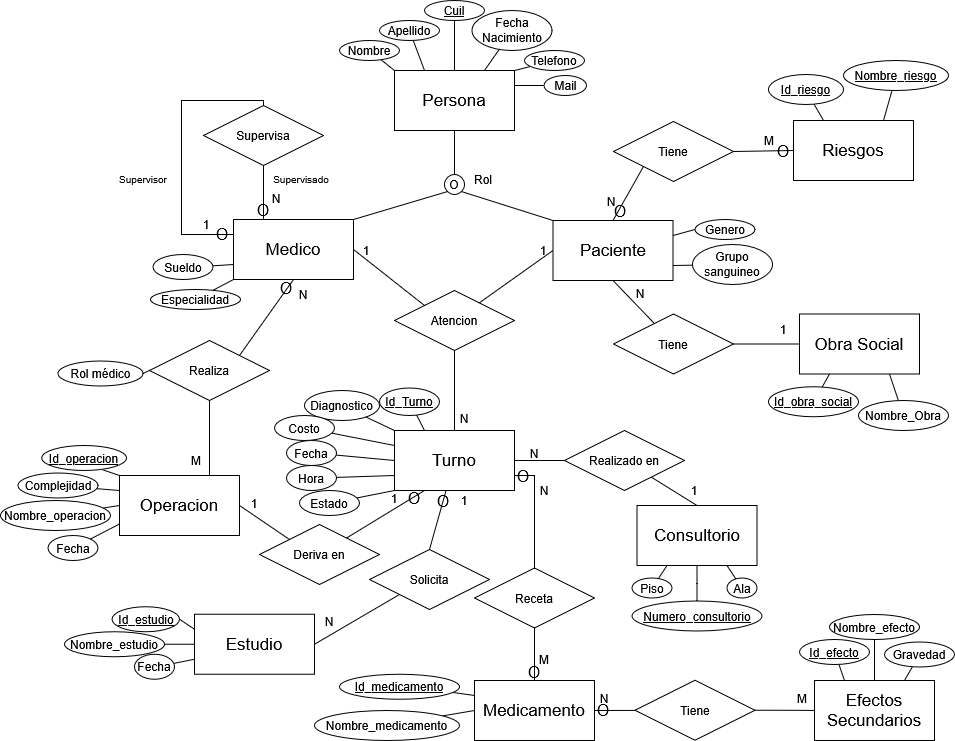
Above: DER.png in agustinlp5/BBDDtpG10 (draw.io), before the change. Source tidied: cells renumbered, new cells last; positions are measured from the earlier drawing's top-left corner, leaving out a move shared by most shapes.
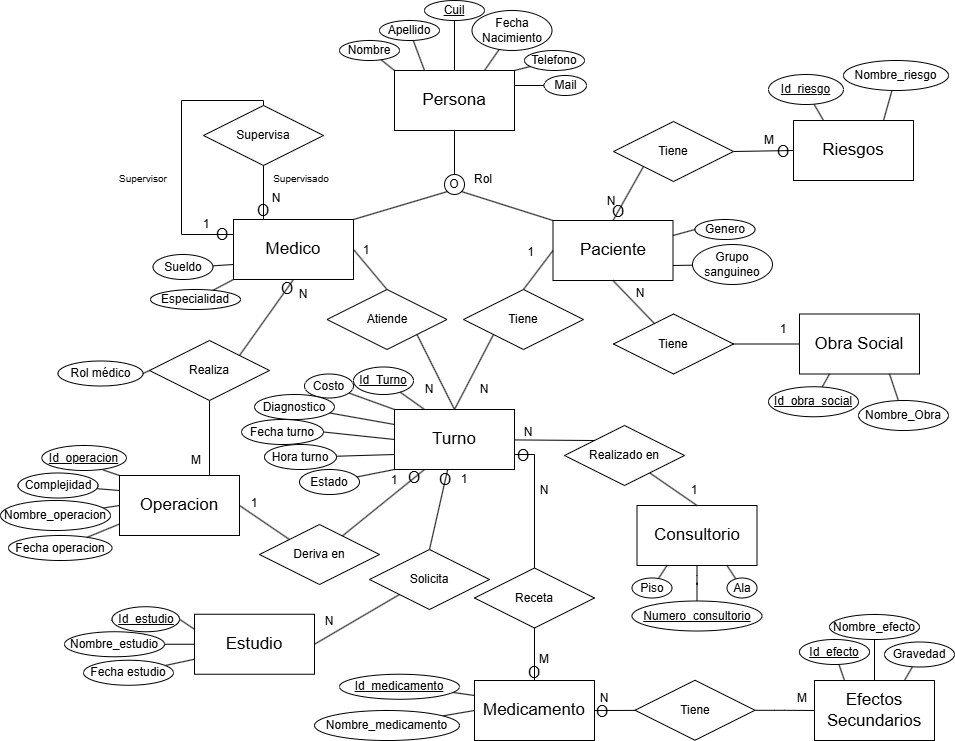
After the commit.

Commit message:
Corrección DER, actualizacion to do list

Diff of the diagram source:
```diff
@@ -11,7 +11,7 @@
         </Array>
       </mxGeometry>
     </mxCell>
-    <mxCell id="3" style="rounded=0;jettySize=auto;html=1;entryX=0;entryY=0;entryDx=0;entryDy=0;endArrow=none;endFill=0;exitX=1;exitY=0.5;exitDx=0;exitDy=0;" parent="1" edge="1" source="4" target="11">
+    <mxCell id="3" style="rounded=0;jettySize=auto;html=1;entryX=0.5;entryY=0;entryDx=0;entryDy=0;endArrow=none;endFill=0;exitX=1;exitY=0.5;exitDx=0;exitDy=0;" parent="1" edge="1" source="4" target="11">
       <mxGeometry relative="1" as="geometry" />
     </mxCell>
     <mxCell id="4" value="&lt;font style=&quot;font-size: 17px;&quot;&gt;Medico&lt;/font&gt;" style="rounded=0;whiteSpace=wrap;html=1;labelBackgroundColor=none;" parent="1" vertex="1">
@@ -20,23 +20,23 @@
     <mxCell id="5" style="rounded=0;jettySize=auto;html=1;entryX=0.5;entryY=0;entryDx=0;entryDy=0;endArrow=none;endFill=0;" parent="1" edge="1" source="8" target="99">
       <mxGeometry relative="1" as="geometry" />
     </mxCell>
-    <mxCell id="6" style="edgeStyle=orthogonalEdgeStyle;rounded=0;jettySize=auto;html=1;entryX=0;entryY=0.5;entryDx=0;entryDy=0;endArrow=none;endFill=0;" parent="1" edge="1" source="8" target="34">
+    <mxCell id="6" style="rounded=0;jettySize=auto;html=1;entryX=0;entryY=0;entryDx=0;entryDy=0;endArrow=none;endFill=0;" parent="1" edge="1" source="8" target="34">
       <mxGeometry relative="1" as="geometry" />
     </mxCell>
     <mxCell id="7" style="edgeStyle=orthogonalEdgeStyle;rounded=0;jettySize=auto;html=1;exitX=1;exitY=0.75;exitDx=0;exitDy=0;endArrow=none;endFill=0;entryX=0.5;entryY=0;entryDx=0;entryDy=0;" parent="1" edge="1" source="8" target="102">
       <mxGeometry relative="1" as="geometry" />
     </mxCell>
+    <mxCell id="155" style="rounded=0;jettySize=auto;html=1;exitX=0.5;exitY=0;exitDx=0;exitDy=0;entryX=0;entryY=1;entryDx=0;entryDy=0;endArrow=none;endFill=0;" parent="1" edge="1" source="8" target="157">
+      <mxGeometry relative="1" as="geometry" />
+    </mxCell>
     <mxCell id="8" value="&lt;font style=&quot;font-size: 17px;&quot;&gt;Turno&lt;/font&gt;" style="whiteSpace=wrap;html=1;rounded=0;labelBackgroundColor=none;" parent="1" vertex="1">
-      <mxGeometry x="394" y="430" width="120" height="60" as="geometry" />
+      <mxGeometry x="394" y="409" width="120" height="60" as="geometry" />
     </mxCell>
-    <mxCell id="9" style="rounded=0;jettySize=auto;html=1;endArrow=none;endFill=0;labelBackgroundColor=none;fontColor=default;entryX=0;entryY=0.5;entryDx=0;entryDy=0;" parent="1" edge="1" source="11" target="13">
-      <mxGeometry relative="1" as="geometry" />
-    </mxCell>
-    <mxCell id="10" style="rounded=0;jettySize=auto;html=1;entryX=0.5;entryY=0;entryDx=0;entryDy=0;endArrow=none;endFill=0;" parent="1" edge="1" source="11" target="8">
+    <mxCell id="10" style="rounded=0;jettySize=auto;html=1;entryX=0.5;entryY=0;entryDx=0;entryDy=0;endArrow=none;endFill=0;exitX=1;exitY=1;exitDx=0;exitDy=0;" parent="1" edge="1" source="11" target="8">
       <mxGeometry relative="1" as="geometry" />
     </mxCell>
-    <mxCell id="11" value="&lt;div&gt;Atencion&lt;/div&gt;" style="rhombus;whiteSpace=wrap;html=1;rounded=0;labelBackgroundColor=none;" parent="1" vertex="1">
-      <mxGeometry x="394" y="290" width="120" height="60" as="geometry" />
+    <mxCell id="11" value="Atiende" style="rhombus;whiteSpace=wrap;html=1;rounded=0;labelBackgroundColor=none;" parent="1" vertex="1">
+      <mxGeometry x="326.5" y="289" width="120" height="60" as="geometry" />
     </mxCell>
     <mxCell id="12" style="rounded=0;jettySize=auto;html=1;exitX=0.5;exitY=0;exitDx=0;exitDy=0;entryX=0;entryY=1;entryDx=0;entryDy=0;endArrow=none;endFill=0;" parent="1" edge="1" source="13" target="144">
       <mxGeometry relative="1" as="geometry" />
@@ -105,7 +105,7 @@
       <mxGeometry relative="1" as="geometry" />
     </mxCell>
     <mxCell id="34" value="Realizado en" style="rhombus;whiteSpace=wrap;html=1;rounded=0;labelBackgroundColor=none;" parent="1" vertex="1">
-      <mxGeometry x="564" y="430" width="120" height="60" as="geometry" />
+      <mxGeometry x="564" y="425" width="120" height="60" as="geometry" />
     </mxCell>
     <mxCell id="35" style="jettySize=auto;html=1;entryX=0.25;entryY=1;entryDx=0;entryDy=0;endArrow=none;endFill=0;" parent="1" edge="1" source="36" target="17">
       <mxGeometry relative="1" as="geometry" />
@@ -164,8 +164,8 @@
     <mxCell id="53" style="jettySize=auto;html=1;entryX=0;entryY=0.75;entryDx=0;entryDy=0;endArrow=none;endFill=0;" parent="1" edge="1" source="54" target="25">
       <mxGeometry relative="1" as="geometry" />
     </mxCell>
-    <mxCell id="54" value="Fecha" style="ellipse;whiteSpace=wrap;html=1;" parent="1" vertex="1">
-      <mxGeometry x="134" y="653.8" width="40" height="25" as="geometry" />
+    <mxCell id="54" value="Fecha estudio" style="ellipse;whiteSpace=wrap;html=1;" parent="1" vertex="1">
+      <mxGeometry x="83" y="659.8" width="90" height="25" as="geometry" />
     </mxCell>
     <mxCell id="55" style="edgeStyle=orthogonalEdgeStyle;orthogonalLoop=1;jettySize=auto;html=1;exitX=0;exitY=0.5;exitDx=0;exitDy=0;entryX=0;entryY=0.5;entryDx=0;entryDy=0;" parent="1" edge="1" source="25" target="25">
       <mxGeometry relative="1" as="geometry" />
@@ -188,41 +188,41 @@
     <mxCell id="61" value="Complejidad" style="ellipse;whiteSpace=wrap;html=1;" parent="1" vertex="1">
       <mxGeometry x="17.5" y="472.5" width="80" height="25" as="geometry" />
     </mxCell>
-    <mxCell id="62" value="Fecha" style="ellipse;whiteSpace=wrap;html=1;" parent="1" vertex="1">
-      <mxGeometry x="47.5" y="535" width="50" height="25" as="geometry" />
+    <mxCell id="62" value="Fecha operacion" style="ellipse;whiteSpace=wrap;html=1;" parent="1" vertex="1">
+      <mxGeometry x="8" y="535" width="103.5" height="25" as="geometry" />
     </mxCell>
     <mxCell id="63" value="&lt;u&gt;Id_Turno&lt;/u&gt;" style="ellipse;whiteSpace=wrap;html=1;" parent="1" vertex="1">
-      <mxGeometry x="379" y="387.5" width="60" height="27.5" as="geometry" />
+      <mxGeometry x="353" y="366.5" width="60" height="27.5" as="geometry" />
     </mxCell>
     <mxCell id="64" style="jettySize=auto;html=1;entryX=0;entryY=0;entryDx=0;entryDy=0;endArrow=none;endFill=0;" parent="1" edge="1" source="65" target="8">
       <mxGeometry relative="1" as="geometry" />
     </mxCell>
-    <mxCell id="65" value="Diagnostico" style="ellipse;whiteSpace=wrap;html=1;" parent="1" vertex="1">
-      <mxGeometry x="304" y="390" width="75" height="30" as="geometry" />
+    <mxCell id="65" value="Costo" style="ellipse;whiteSpace=wrap;html=1;" parent="1" vertex="1">
+      <mxGeometry x="304" y="373.5" width="49" height="24" as="geometry" />
     </mxCell>
-    <mxCell id="66" style="rounded=0;jettySize=auto;html=1;entryX=0;entryY=0.5;entryDx=0;entryDy=0;endArrow=none;endFill=0;" parent="1" edge="1" source="67" target="8">
+    <mxCell id="66" style="rounded=0;jettySize=auto;html=1;entryX=0;entryY=0.5;entryDx=0;entryDy=0;endArrow=none;endFill=0;exitX=1;exitY=0.5;exitDx=0;exitDy=0;" parent="1" edge="1" source="67" target="8">
       <mxGeometry relative="1" as="geometry" />
     </mxCell>
-    <mxCell id="67" value="Fecha" style="ellipse;whiteSpace=wrap;html=1;" parent="1" vertex="1">
-      <mxGeometry x="286" y="440" width="50" height="25" as="geometry" />
+    <mxCell id="67" value="Fecha turno" style="ellipse;whiteSpace=wrap;html=1;" parent="1" vertex="1">
+      <mxGeometry x="241" y="419" width="82" height="25" as="geometry" />
     </mxCell>
     <mxCell id="68" style="rounded=0;jettySize=auto;html=1;entryX=0;entryY=0.75;entryDx=0;entryDy=0;endArrow=none;endFill=0;" parent="1" edge="1" source="69" target="8">
       <mxGeometry relative="1" as="geometry" />
     </mxCell>
-    <mxCell id="69" value="Hora" style="ellipse;whiteSpace=wrap;html=1;" parent="1" vertex="1">
-      <mxGeometry x="286" y="465" width="50" height="25" as="geometry" />
+    <mxCell id="69" value="Hora turno" style="ellipse;whiteSpace=wrap;html=1;" parent="1" vertex="1">
+      <mxGeometry x="264" y="444" width="72" height="25" as="geometry" />
     </mxCell>
     <mxCell id="70" style="rounded=0;jettySize=auto;html=1;entryX=0;entryY=1;entryDx=0;entryDy=0;endArrow=none;endFill=0;" parent="1" edge="1" source="71" target="8">
       <mxGeometry relative="1" as="geometry" />
     </mxCell>
     <mxCell id="71" value="Estado" style="ellipse;whiteSpace=wrap;html=1;" parent="1" vertex="1">
-      <mxGeometry x="299" y="490" width="60" height="25" as="geometry" />
+      <mxGeometry x="299" y="469" width="60" height="25" as="geometry" />
     </mxCell>
     <mxCell id="72" style="rounded=0;jettySize=auto;html=1;entryX=0;entryY=0.25;entryDx=0;entryDy=0;endArrow=none;endFill=0;" parent="1" edge="1" source="73" target="8">
       <mxGeometry relative="1" as="geometry" />
     </mxCell>
-    <mxCell id="73" value="Costo" style="ellipse;whiteSpace=wrap;html=1;" parent="1" vertex="1">
-      <mxGeometry x="274" y="415" width="60" height="25" as="geometry" />
+    <mxCell id="73" value="Diagnostico" style="ellipse;whiteSpace=wrap;html=1;" parent="1" vertex="1">
+      <mxGeometry x="254" y="394" width="80" height="25" as="geometry" />
     </mxCell>
     <mxCell id="74" style="jettySize=auto;html=1;endArrow=none;endFill=0;entryX=0.25;entryY=0;entryDx=0;entryDy=0;" parent="1" edge="1" source="63" target="8">
       <mxGeometry relative="1" as="geometry" />
@@ -240,16 +240,16 @@
       <mxGeometry relative="1" as="geometry" />
     </mxCell>
     <mxCell id="79" value="1" style="text;html=1;whiteSpace=wrap;strokeColor=none;fillColor=none;align=center;verticalAlign=middle;rounded=0;" parent="1" vertex="1">
-      <mxGeometry x="364" y="482.5" width="60" height="30" as="geometry" />
+      <mxGeometry x="364" y="465" width="60" height="30" as="geometry" />
     </mxCell>
     <mxCell id="80" value="N" style="text;html=1;whiteSpace=wrap;strokeColor=none;fillColor=none;align=center;verticalAlign=middle;rounded=0;" parent="1" vertex="1">
-      <mxGeometry x="504" y="437.5" width="60" height="30" as="geometry" />
+      <mxGeometry x="513" y="419.5" width="30" height="24" as="geometry" />
     </mxCell>
     <mxCell id="81" value="1" style="text;html=1;whiteSpace=wrap;strokeColor=none;fillColor=none;align=center;verticalAlign=middle;rounded=0;" parent="1" vertex="1">
       <mxGeometry x="664" y="475" width="60" height="30" as="geometry" />
     </mxCell>
     <mxCell id="82" value="1" style="text;html=1;whiteSpace=wrap;strokeColor=none;fillColor=none;align=center;verticalAlign=middle;rounded=0;" parent="1" vertex="1">
-      <mxGeometry x="513" y="235" width="60" height="30" as="geometry" />
+      <mxGeometry x="514" y="239" width="32.5" height="26" as="geometry" />
     </mxCell>
     <mxCell id="83" value="1" style="text;html=1;whiteSpace=wrap;strokeColor=none;fillColor=none;align=center;verticalAlign=middle;rounded=0;" parent="1" vertex="1">
       <mxGeometry x="753" y="313.5" width="60" height="30" as="geometry" />
@@ -332,7 +332,7 @@
       <mxGeometry x="64" y="631.2" width="100" height="25" as="geometry" />
     </mxCell>
     <mxCell id="109" value="1" style="text;html=1;whiteSpace=wrap;strokeColor=none;fillColor=none;align=center;verticalAlign=middle;rounded=0;" parent="1" vertex="1">
-      <mxGeometry x="434" y="485" width="60" height="30" as="geometry" />
+      <mxGeometry x="434" y="464" width="60" height="30" as="geometry" />
     </mxCell>
     <mxCell id="110" value="N" style="text;html=1;whiteSpace=wrap;strokeColor=none;fillColor=none;align=center;verticalAlign=middle;rounded=0;" parent="1" vertex="1">
       <mxGeometry x="299" y="606.2" width="60" height="30" as="geometry" />
@@ -350,28 +350,28 @@
       <mxGeometry x="41.2" y="445" width="84.8" height="25" as="geometry" />
     </mxCell>
     <mxCell id="115" value="N" style="text;html=1;whiteSpace=wrap;strokeColor=none;fillColor=none;align=center;verticalAlign=middle;rounded=0;" parent="1" vertex="1">
-      <mxGeometry x="434" y="402.5" width="60" height="30" as="geometry" />
+      <mxGeometry x="399" y="373.5" width="60" height="30" as="geometry" />
     </mxCell>
     <mxCell id="116" value="1" style="text;html=1;whiteSpace=wrap;strokeColor=none;fillColor=none;align=center;verticalAlign=middle;rounded=0;" parent="1" vertex="1">
       <mxGeometry x="336" y="235" width="60" height="30" as="geometry" />
     </mxCell>
     <mxCell id="117" value="&lt;font style=&quot;font-size: 16px;&quot;&gt;O&lt;/font&gt;" style="text;html=1;whiteSpace=wrap;strokeColor=none;fillColor=none;align=center;verticalAlign=middle;rounded=0;" parent="1" vertex="1">
-      <mxGeometry x="513" y="466" width="20" height="20" as="geometry" />
+      <mxGeometry x="513" y="445" width="20" height="20" as="geometry" />
     </mxCell>
     <mxCell id="118" value="&lt;font style=&quot;font-size: 16px;&quot;&gt;O&lt;/font&gt;" style="text;html=1;whiteSpace=wrap;strokeColor=none;fillColor=none;align=center;verticalAlign=middle;rounded=0;" parent="1" vertex="1">
       <mxGeometry x="524" y="662.2" width="20" height="20" as="geometry" />
     </mxCell>
     <mxCell id="119" value="&lt;font style=&quot;font-size: 16px;&quot;&gt;O&lt;/font&gt;" style="text;html=1;whiteSpace=wrap;strokeColor=none;fillColor=none;align=center;verticalAlign=middle;rounded=0;" parent="1" vertex="1">
-      <mxGeometry x="593" y="699.8" width="20" height="20" as="geometry" />
+      <mxGeometry x="592" y="700.8" width="20" height="20" as="geometry" />
     </mxCell>
     <mxCell id="120" value="&lt;font style=&quot;font-size: 16px;&quot;&gt;O&lt;/font&gt;" style="text;html=1;whiteSpace=wrap;strokeColor=none;fillColor=none;align=center;verticalAlign=middle;rounded=0;" parent="1" vertex="1">
-      <mxGeometry x="433" y="491" width="20" height="20" as="geometry" />
+      <mxGeometry x="435" y="469" width="20" height="20" as="geometry" />
     </mxCell>
     <mxCell id="121" value="&lt;font style=&quot;font-size: 16px;&quot;&gt;O&lt;/font&gt;" style="text;html=1;whiteSpace=wrap;strokeColor=none;fillColor=none;align=center;verticalAlign=middle;rounded=0;" parent="1" vertex="1">
-      <mxGeometry x="404" y="487.5" width="20" height="20" as="geometry" />
+      <mxGeometry x="404" y="466.5" width="20" height="20" as="geometry" />
     </mxCell>
     <mxCell id="122" value="&lt;font style=&quot;font-size: 16px;&quot;&gt;O&lt;/font&gt;" style="text;html=1;whiteSpace=wrap;strokeColor=none;fillColor=none;align=center;verticalAlign=middle;rounded=0;" parent="1" vertex="1">
-      <mxGeometry x="276" y="278" width="20" height="20" as="geometry" />
+      <mxGeometry x="277" y="278" width="20" height="20" as="geometry" />
     </mxCell>
     <mxCell id="123" value="&lt;font style=&quot;font-size: 16px;&quot;&gt;O&lt;/font&gt;" style="text;html=1;whiteSpace=wrap;strokeColor=none;fillColor=none;align=center;verticalAlign=middle;rounded=0;" parent="1" vertex="1">
       <mxGeometry x="211.5" y="224" width="20" height="20" as="geometry" />
@@ -451,7 +451,7 @@
     <mxCell id="148" style="rounded=0;jettySize=auto;html=1;entryX=0.75;entryY=0;entryDx=0;entryDy=0;endArrow=none;endFill=0;" parent="1" edge="1" source="149" target="145">
       <mxGeometry relative="1" as="geometry" />
     </mxCell>
-    <mxCell id="149" value="&lt;u&gt;Nombre_riesgo&lt;/u&gt;" style="ellipse;whiteSpace=wrap;html=1;" parent="1" vertex="1">
+    <mxCell id="149" value="Nombre_riesgo" style="ellipse;whiteSpace=wrap;html=1;" parent="1" vertex="1">
       <mxGeometry x="843" y="60" width="105" height="30" as="geometry" />
     </mxCell>
     <mxCell id="150" value="N" style="text;html=1;whiteSpace=wrap;strokeColor=none;fillColor=none;align=center;verticalAlign=middle;rounded=0;" parent="1" vertex="1">
@@ -464,10 +464,19 @@
       <mxGeometry x="739" y="125" width="60" height="30" as="geometry" />
     </mxCell>
     <mxCell id="153" value="&lt;font style=&quot;font-size: 16px;&quot;&gt;O&lt;/font&gt;" style="text;html=1;whiteSpace=wrap;strokeColor=none;fillColor=none;align=center;verticalAlign=middle;rounded=0;" parent="1" vertex="1">
-      <mxGeometry x="609.5" y="201" width="20" height="20" as="geometry" />
+      <mxGeometry x="607.5" y="201" width="20" height="20" as="geometry" />
     </mxCell>
     <mxCell id="154" value="&lt;font style=&quot;font-size: 16px;&quot;&gt;O&lt;/font&gt;" style="text;html=1;whiteSpace=wrap;strokeColor=none;fillColor=none;align=center;verticalAlign=middle;rounded=0;" parent="1" vertex="1">
       <mxGeometry x="773" y="141" width="20" height="20" as="geometry" />
     </mxCell>
+    <mxCell id="156" style="rounded=0;jettySize=auto;html=1;exitX=0.5;exitY=0;exitDx=0;exitDy=0;entryX=0;entryY=0.5;entryDx=0;entryDy=0;endArrow=none;endFill=0;" parent="1" edge="1" source="157" target="13">
+      <mxGeometry relative="1" as="geometry" />
+    </mxCell>
+    <mxCell id="157" value="Tiene" style="rhombus;whiteSpace=wrap;html=1;rounded=0;labelBackgroundColor=none;" parent="1" vertex="1">
+      <mxGeometry x="463" y="289" width="120" height="60" as="geometry" />
+    </mxCell>
+    <mxCell id="158" value="N" style="text;html=1;whiteSpace=wrap;strokeColor=none;fillColor=none;align=center;verticalAlign=middle;rounded=0;" parent="1" vertex="1">
+      <mxGeometry x="454" y="373.5" width="60" height="30" as="geometry" />
+    </mxCell>
   </root>
 </mxGraphModel>
```
